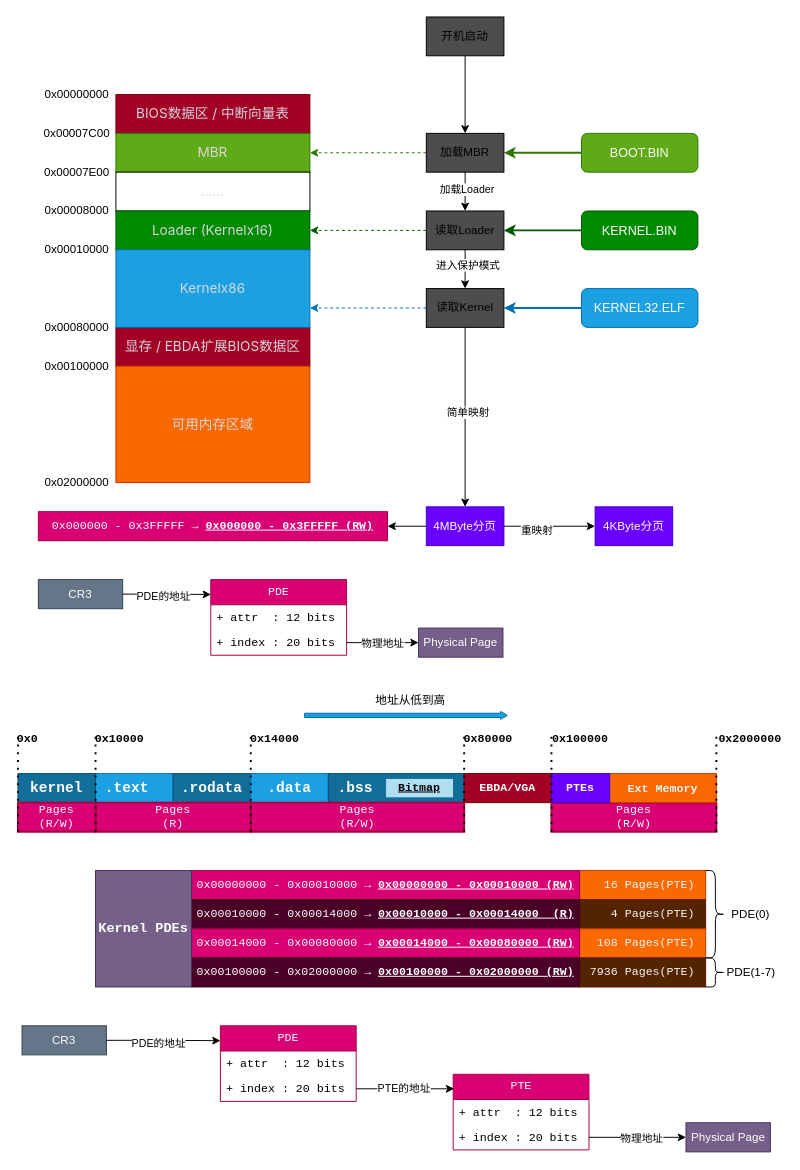
Before: page "内存分页" (2 of 4) of images/内存管理.drawio in caoaolong/coding-soul-docs, a draw.io diagram. Source tidied: cells renumbered, new cells numbered last; positions are measured from the earlier drawing's top-left corner, leaving out a move shared by most shapes. Both pictures are drawn from the tidied source at 97%, with x=0, y=0 at pixel (17, 16).
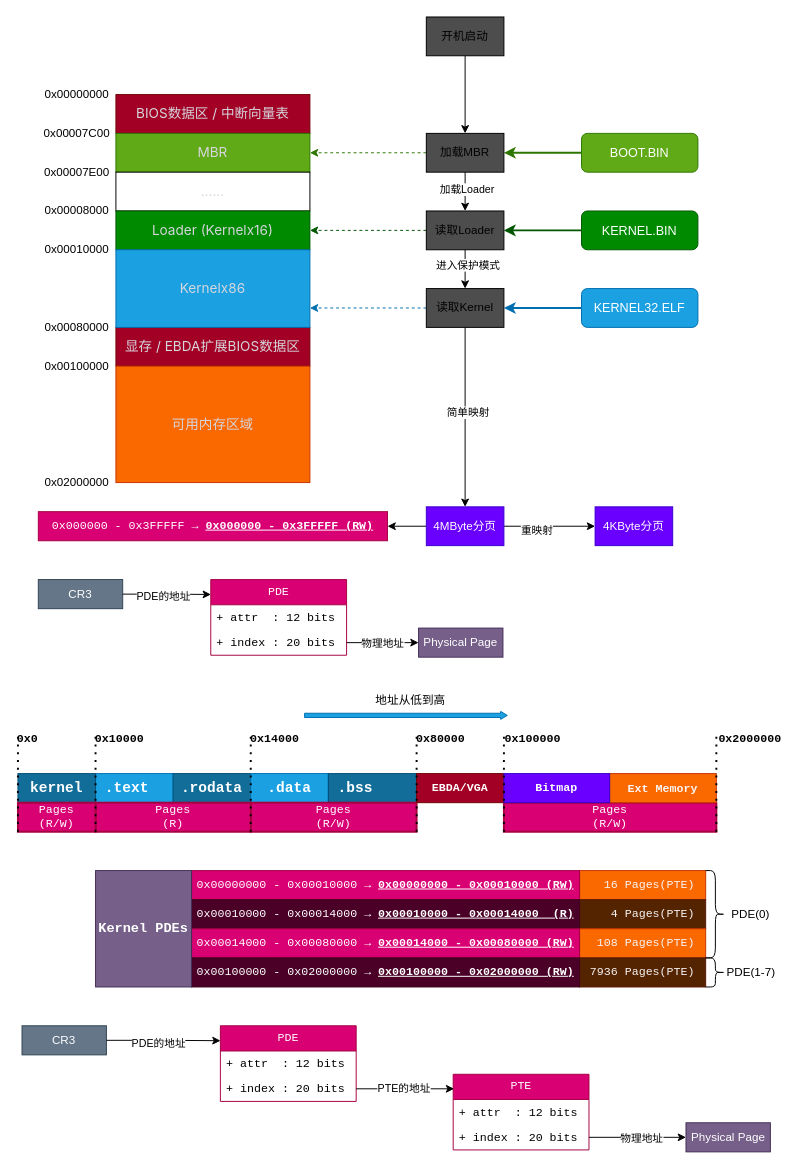
The same diagram, later.

What changed in the source:
```diff
@@
     <mxCell id="2" value="Pages&lt;div&gt;(&lt;span style=&quot;background-color: initial;&quot;&gt;R/W&lt;/span&gt;&lt;span style=&quot;background-color: initial;&quot;&gt;)&lt;/span&gt;&lt;/div&gt;" style="text;html=1;align=center;verticalAlign=middle;whiteSpace=wrap;rounded=0;fillColor=#d80073;strokeColor=#A50040;fontColor=#ffffff;strokeWidth=2;fontFamily=Courier New;" parent="1" vertex="1">
-      <mxGeometry x="550" y="810" width="170" height="30" as="geometry" />
+      <mxGeometry x="501" y="810" width="219" height="30" as="geometry" />
     </mxCell>
@@
     <mxCell id="46" value=".bss" style="rounded=0;whiteSpace=wrap;html=1;fillColor=#126D99;fontColor=#ffffff;strokeColor=#004D7A;fontFamily=Courier New;fontStyle=1;align=left;verticalAlign=middle;fontSize=15;spacingLeft=8;" parent="1" vertex="1">
-      <mxGeometry x="320" y="780" width="140" height="30" as="geometry" />
+      <mxGeometry x="320" y="780" width="91" height="30" as="geometry" />
     </mxCell>
@@
-    <mxCell id="50" value="Bitmap" style="rounded=0;whiteSpace=wrap;html=1;fillColor=#b1ddf0;strokeColor=#10739e;fontColor=#000000;fontFamily=Courier New;fontStyle=5;" parent="1" vertex="1">
-      <mxGeometry x="379" y="785" width="70" height="20" as="geometry" />
-    </mxCell>
@@
     <mxCell id="54" value="Pages&lt;div&gt;(&lt;span style=&quot;background-color: initial;&quot;&gt;R/W&lt;/span&gt;&lt;span style=&quot;background-color: initial;&quot;&gt;)&lt;/span&gt;&lt;/div&gt;" style="text;html=1;align=center;verticalAlign=middle;whiteSpace=wrap;rounded=0;fillColor=#d80073;strokeColor=#A50040;fontColor=#ffffff;strokeWidth=2;fontFamily=Courier New;" parent="1" vertex="1">
-      <mxGeometry x="240" y="810" width="220" height="30" as="geometry" />
+      <mxGeometry x="240" y="810" width="171" height="30" as="geometry" />
     </mxCell>
@@
     <mxCell id="62" value="&lt;b&gt;0x80000&lt;/b&gt;" style="text;html=1;align=center;verticalAlign=middle;whiteSpace=wrap;rounded=0;fontFamily=Courier New;" parent="1" vertex="1">
-      <mxGeometry x="460" y="730" width="50" height="30" as="geometry" />
+      <mxGeometry x="411" y="730" width="50" height="30" as="geometry" />
     </mxCell>
@@
     <mxCell id="65" value="EBDA/VGA" style="rounded=0;whiteSpace=wrap;html=1;fillColor=#a20025;fontColor=#ffffff;strokeColor=#6F0000;fontStyle=1;fontFamily=Courier New;" parent="1" vertex="1">
-      <mxGeometry x="460" y="780" width="90" height="30" as="geometry" />
+      <mxGeometry x="411" y="780" width="90" height="30" as="geometry" />
     </mxCell>
     <mxCell id="66" value="&lt;b&gt;0x100000&lt;/b&gt;" style="text;html=1;align=center;verticalAlign=middle;whiteSpace=wrap;rounded=0;fontFamily=Courier New;" parent="1" vertex="1">
-      <mxGeometry x="550" y="730" width="60" height="30" as="geometry" />
+      <mxGeometry x="501" y="730" width="60" height="30" as="geometry" />
     </mxCell>
@@
-    <mxCell id="78" value="PTEs" style="rounded=0;whiteSpace=wrap;html=1;fillColor=#6a00ff;fontColor=#ffffff;strokeColor=#3700CC;fontStyle=1;fontFamily=Courier New;" parent="1" vertex="1">
-      <mxGeometry x="550" y="780" width="60" height="30" as="geometry" />
+    <mxCell id="78" value="Bitmap" style="rounded=0;whiteSpace=wrap;html=1;fillColor=#6a00ff;fontColor=#ffffff;strokeColor=#3700CC;fontStyle=1;fontFamily=Courier New;" parent="1" vertex="1">
+      <mxGeometry x="501" y="780" width="109" height="30" as="geometry" />
     </mxCell>
     <mxCell id="79" style="endArrow=none;dashed=1;html=1;dashPattern=1 3;strokeWidth=2;rounded=0;entryX=0;entryY=0.25;entryDx=0;entryDy=0;exitX=1;exitY=1;exitDx=0;exitDy=0;" parent="1" edge="1">
       <mxGeometry relative="1" as="geometry">
-        <mxPoint x="550" y="840" as="sourcePoint" />
-        <mxPoint x="550" y="738" as="targetPoint" />
+        <mxPoint x="501" y="840" as="sourcePoint" />
+        <mxPoint x="501" y="738" as="targetPoint" />
       </mxGeometry>
     </mxCell>
     <mxCell id="80" style="endArrow=none;dashed=1;html=1;dashPattern=1 3;strokeWidth=2;rounded=0;entryX=0;entryY=0.25;entryDx=0;entryDy=0;exitX=1;exitY=1;exitDx=0;exitDy=0;" parent="1" edge="1">
       <mxGeometry relative="1" as="geometry">
-        <mxPoint x="460" y="840" as="sourcePoint" />
-        <mxPoint x="460" y="738" as="targetPoint" />
+        <mxPoint x="411" y="840" as="sourcePoint" />
+        <mxPoint x="411" y="738" as="targetPoint" />
       </mxGeometry>
     </mxCell>
```
